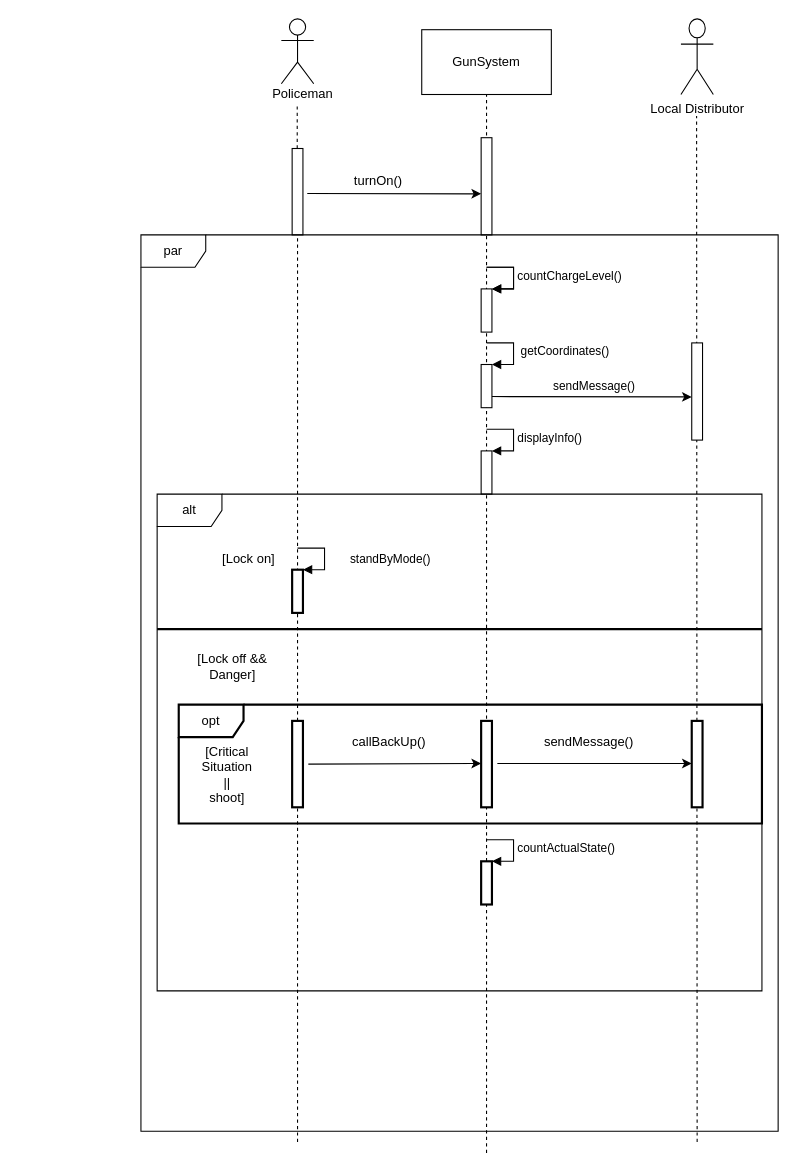
mardyr/UML-and-diagrams keeps this draw.io diagram as sequence_diagram_2.drawio. Above is the earlier version. Source tidied: cells renumbered, new cells numbered last; positions are measured from the earlier drawing's top-left corner, leaving out a move shared by most shapes. Both pictures are drawn from the tidied source at 108%, with x=0, y=0 at pixel (140, 18).
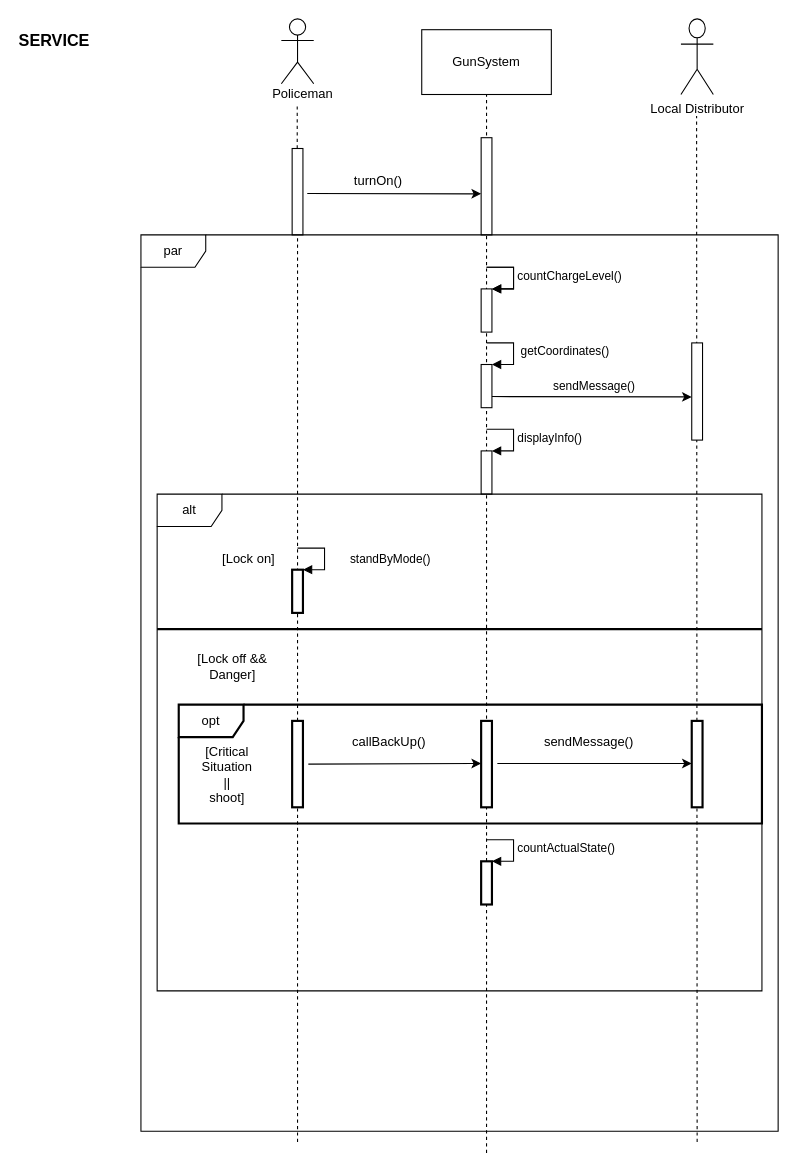
The same diagram, later.

The edit, as a diff of the source:
```diff
@@
+    <mxCell id="42" value="&lt;b&gt;&lt;font style=&quot;font-size: 15px&quot;&gt;SERVICE&lt;/font&gt;&lt;/b&gt;" style="text;html=1;strokeColor=none;fillColor=none;align=center;verticalAlign=middle;whiteSpace=wrap;rounded=0;" parent="1" vertex="1">
+      <mxGeometry x="-100" y="10" width="40" height="20" as="geometry" />
+    </mxCell>
```
